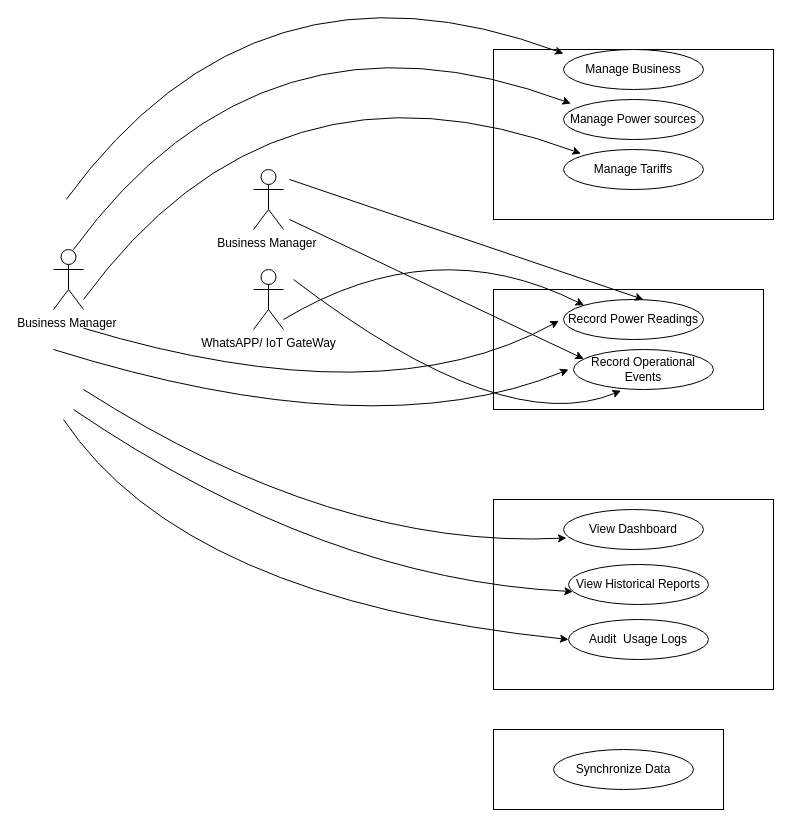
The draw.io diagram page "use-case-diagram" (4 of 7) of power-cost.drawio in Chiamie/power-cost-tracker, before the edit. Source tidied: cells renumbered, new cells numbered last; positions are measured from the earlier drawing's top-left corner, leaving out a move shared by most shapes. Both pictures are drawn from the tidied source at 100%, with x=0, y=0 at pixel (53, -61).
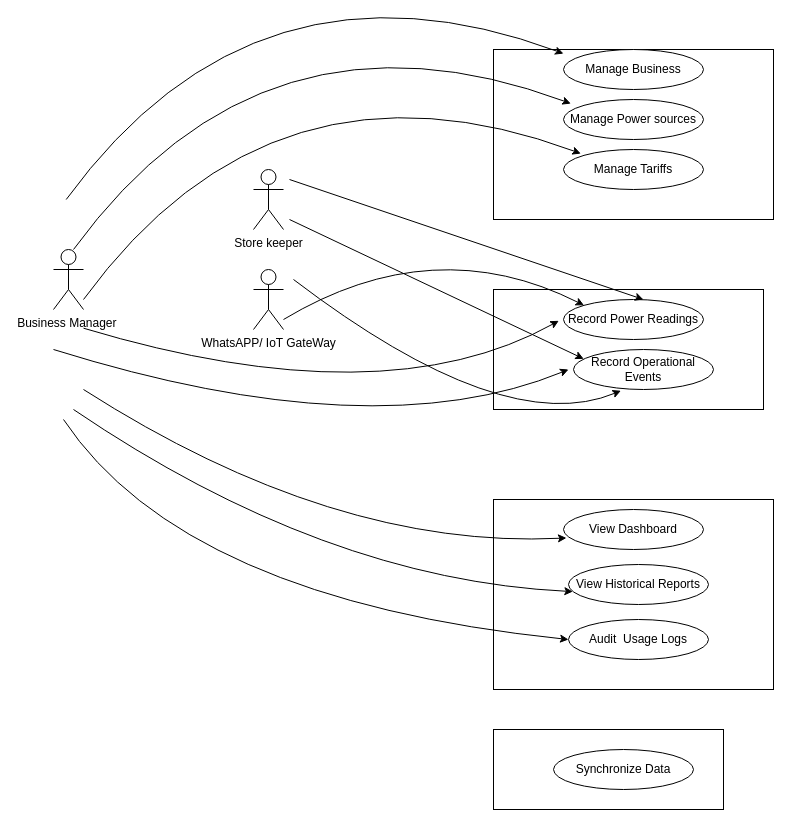
After the change.

What changed in the source:
```diff
@@
-    <mxCell id="3" value="Business Manager&amp;nbsp;" style="shape=umlActor;verticalLabelPosition=bottom;verticalAlign=top;html=1;" parent="1" vertex="1">
+    <mxCell id="3" value="Store keeper" style="shape=umlActor;verticalLabelPosition=bottom;verticalAlign=top;html=1;" parent="1" vertex="1">
       <mxGeometry x="200" y="230" width="30" height="60" as="geometry" />
     </mxCell>
```
